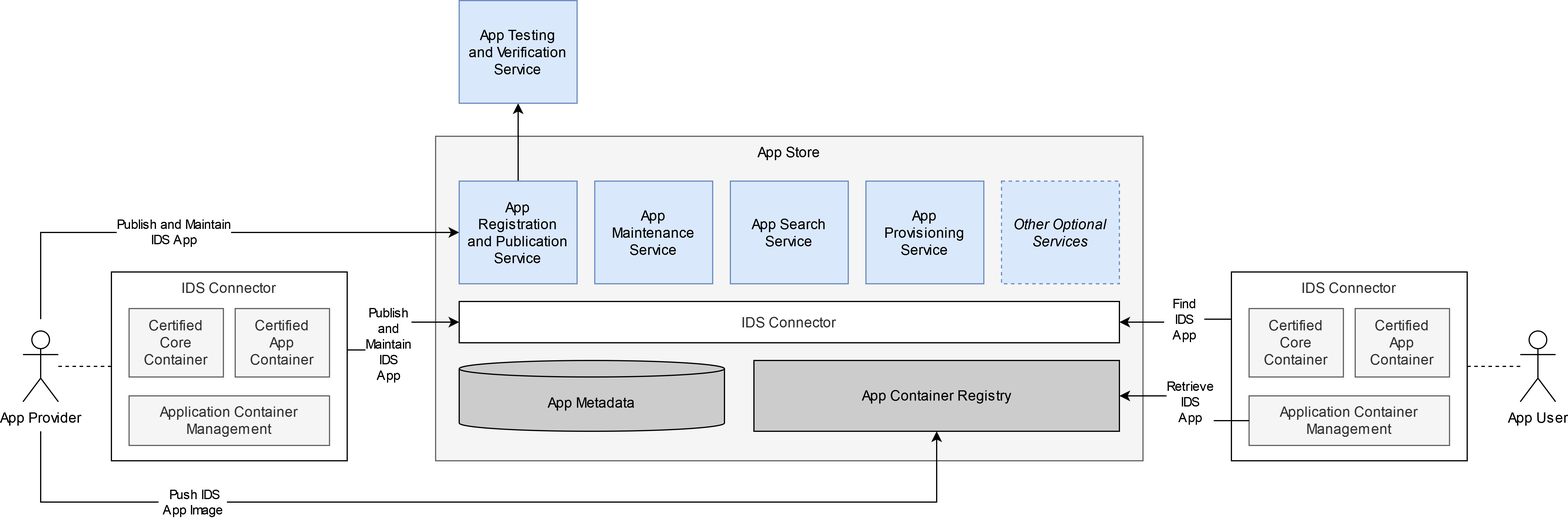
Before: documentation/3_Layers_of_the_Reference_Architecture_Model/3_5_System_Layer/media/app-store-architecture.png, a diagram exported from draw.io (International-Data-Spaces-Association/IDS-RAM_4_0). Source tidied: cells renumbered, new cells last; positions are measured from the earlier drawing's top-left corner, leaving out a move shared by most shapes.
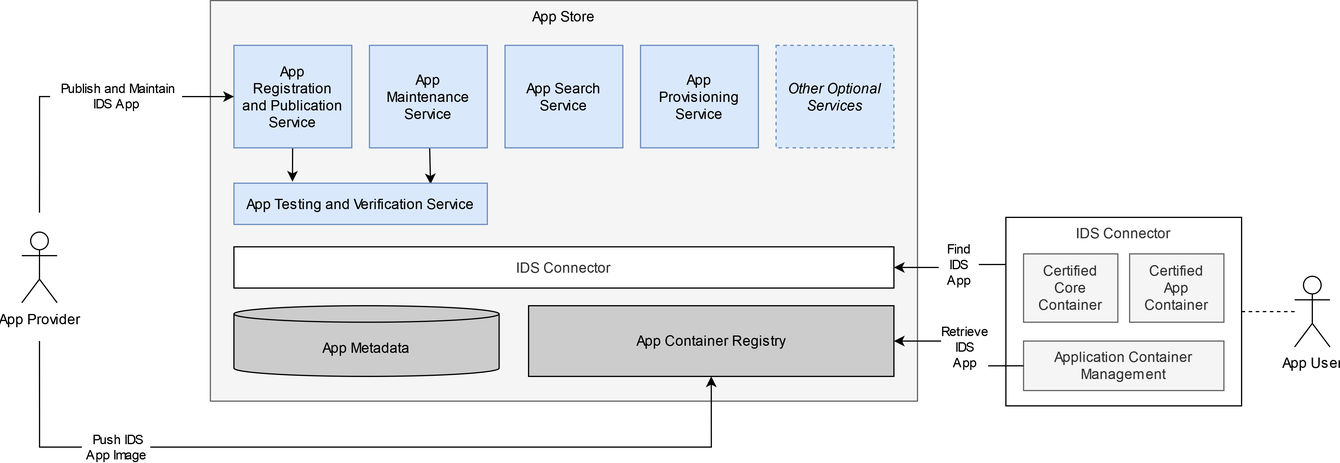
Later version of the same file.

Commit message:
removed connector from app publication process

The edit, as a diff of the source:
```diff
@@ -3,20 +3,23 @@
     <mxCell id="0" />
     <mxCell id="1" parent="0" />
     <mxCell id="2" value="App Store" style="rounded=0;whiteSpace=wrap;html=1;verticalAlign=top;fillColor=#F5F5F5;strokeColor=#666666;" parent="1" vertex="1">
-      <mxGeometry x="350" y="115" width="600" height="275" as="geometry" />
+      <mxGeometry x="350" y="115" width="600" height="340" as="geometry" />
     </mxCell>
     <mxCell id="3" value="App Container Registry" style="rounded=0;whiteSpace=wrap;html=1;fillColor=#CCCCCC;strokeColor=#000000;fontColor=#000000;" parent="1" vertex="1">
-      <mxGeometry x="620" y="305" width="310" height="60" as="geometry" />
+      <mxGeometry x="620" y="374" width="310" height="60" as="geometry" />
     </mxCell>
     <mxCell id="4" value="IDS Connector" style="rounded=0;whiteSpace=wrap;html=1;fillColor=#FFFFFF;fontColor=#333333;strokeColor=#000000;" parent="1" vertex="1">
-      <mxGeometry x="370" y="255" width="560" height="35" as="geometry" />
+      <mxGeometry x="370" y="324" width="560" height="35" as="geometry" />
     </mxCell>
-    <mxCell id="5" style="edgeStyle=orthogonalEdgeStyle;rounded=0;jettySize=auto;html=1;entryX=0.5;entryY=1;entryDx=0;entryDy=0;fontColor=#000000;" parent="1" edge="1" source="6" target="20">
+    <mxCell id="5" style="rounded=0;jettySize=auto;html=1;entryX=0.231;entryY=-0.037;entryDx=0;entryDy=0;fontColor=#000000;entryPerimeter=0;" parent="1" edge="1" source="6" target="20">
       <mxGeometry relative="1" as="geometry" />
     </mxCell>
     <mxCell id="6" value="&lt;div&gt;App&lt;/div&gt;&lt;div&gt;Registration&lt;/div&gt;&lt;div&gt;and Publication Service&lt;/div&gt;" style="rounded=0;whiteSpace=wrap;html=1;fillColor=#dae8fc;strokeColor=#6c8ebf;" parent="1" vertex="1">
       <mxGeometry x="370" y="153" width="100" height="87" as="geometry" />
     </mxCell>
+    <mxCell id="33" style="edgeStyle=none;rounded=0;jettySize=auto;html=1;entryX=0.776;entryY=0.025;entryDx=0;entryDy=0;entryPerimeter=0;" parent="1" edge="1" source="7" target="20">
+      <mxGeometry relative="1" as="geometry" />
+    </mxCell>
     <mxCell id="7" value="&lt;div&gt;App&lt;/div&gt;&lt;div&gt;Maintenance Service&lt;/div&gt;" style="rounded=0;whiteSpace=wrap;html=1;fillColor=#dae8fc;strokeColor=#6c8ebf;" parent="1" vertex="1">
       <mxGeometry x="485" y="153" width="100" height="87" as="geometry" />
     </mxCell>
@@ -30,65 +33,40 @@
       <mxGeometry x="830" y="153" width="100" height="87" as="geometry" />
     </mxCell>
     <mxCell id="11" value="App Metadata" style="shape=cylinder3;whiteSpace=wrap;html=1;boundedLbl=1;backgroundOutline=1;size=7;fillColor=#CCCCCC;" parent="1" vertex="1">
-      <mxGeometry x="370" y="305" width="225" height="60" as="geometry" />
+      <mxGeometry x="370" y="374" width="225" height="60" as="geometry" />
     </mxCell>
-    <mxCell id="12" style="rounded=0;jettySize=auto;html=1;entryX=0;entryY=0.5;entryDx=0;entryDy=0;exitX=0.998;exitY=0.413;exitDx=0;exitDy=0;exitPerimeter=0;edgeStyle=orthogonalEdgeStyle;" parent="1" edge="1" source="22" target="4">
-      <mxGeometry relative="1" as="geometry" />
-    </mxCell>
-    <mxCell id="13" value="&lt;div&gt;Publish&lt;/div&gt;&lt;div&gt;and&lt;/div&gt;&lt;div&gt;Maintain&lt;/div&gt;&lt;div&gt;IDS&lt;/div&gt;&lt;div&gt;App&lt;br&gt;&lt;/div&gt;" style="edgeLabel;html=1;align=center;verticalAlign=middle;" parent="12" vertex="1">
-      <mxGeometry x="-0.19" y="-1" relative="1" as="geometry">
-        <mxPoint x="-14" y="-6" as="offset" />
-      </mxGeometry>
-    </mxCell>
-    <mxCell id="14" value="Publish and Maintain&lt;br&gt;IDS App" style="rounded=0;jettySize=auto;html=1;entryX=0;entryY=0.5;entryDx=0;entryDy=0;fontColor=#000000;edgeStyle=orthogonalEdgeStyle;" parent="1" edge="1" target="6">
-      <mxGeometry x="-0.13" y="1" relative="1" as="geometry">
-        <mxPoint x="15" y="270" as="sourcePoint" />
+    <mxCell id="14" value="&amp;nbsp;&amp;nbsp; Publish and Maintain&amp;nbsp;&amp;nbsp; &lt;br&gt;IDS App" style="rounded=0;jettySize=auto;html=1;entryX=0;entryY=0.5;entryDx=0;entryDy=0;fontColor=#000000;edgeStyle=orthogonalEdgeStyle;" parent="1" edge="1" target="6">
+      <mxGeometry x="0.24" relative="1" as="geometry">
+        <mxPoint x="205" y="295" as="sourcePoint" />
         <Array as="points">
-          <mxPoint x="15" y="196" />
+          <mxPoint x="205" y="260" />
+          <mxPoint x="205" y="197" />
         </Array>
       </mxGeometry>
     </mxCell>
     <mxCell id="15" value="&amp;nbsp; &amp;nbsp;Push IDS &amp;nbsp; &lt;br&gt;App Image" style="edgeStyle=orthogonalEdgeStyle;rounded=0;jettySize=auto;html=1;entryX=0.5;entryY=1;entryDx=0;entryDy=0;fontColor=#000000;" parent="1" edge="1" target="3">
       <mxGeometry x="-0.57" relative="1" as="geometry">
-        <mxPoint x="15" y="365" as="sourcePoint" />
+        <mxPoint x="205" y="404" as="sourcePoint" />
         <Array as="points">
-          <mxPoint x="15" y="425" />
-          <mxPoint x="775" y="425" />
+          <mxPoint x="205" y="494" />
+          <mxPoint x="775" y="494" />
         </Array>
       </mxGeometry>
     </mxCell>
     <mxCell id="16" value="App Provider" style="shape=umlActor;verticalLabelPosition=bottom;verticalAlign=top;html=1;outlineConnect=0;fontColor=#000000;strokeColor=#000000;" parent="1" vertex="1">
-      <mxGeometry y="280" width="30" height="60" as="geometry" />
+      <mxGeometry x="190" y="311.5" width="30" height="60" as="geometry" />
     </mxCell>
-    <mxCell id="17" style="endArrow=none;dashed=1;html=1;rounded=0;fontColor=#000000;exitX=0;exitY=0.5;exitDx=0;exitDy=0;" parent="1" edge="1" source="22" target="16">
-      <mxGeometry relative="1" as="geometry" />
-    </mxCell>
     <mxCell id="18" value="App User" style="shape=umlActor;verticalLabelPosition=bottom;verticalAlign=top;html=1;outlineConnect=0;fontColor=#000000;strokeColor=#000000;" parent="1" vertex="1">
-      <mxGeometry x="1270" y="280" width="30" height="60" as="geometry" />
+      <mxGeometry x="1270" y="349" width="30" height="60" as="geometry" />
     </mxCell>
     <mxCell id="19" style="endArrow=none;dashed=1;html=1;rounded=0;fontColor=#000000;exitX=1;exitY=0.5;exitDx=0;exitDy=0;" parent="1" edge="1" source="27" target="18">
       <mxGeometry relative="1" as="geometry" />
     </mxCell>
-    <mxCell id="20" value="&lt;div&gt;App Testing&lt;/div&gt;&lt;div&gt;and Verification Service&lt;/div&gt;" style="rounded=0;whiteSpace=wrap;html=1;fillColor=#dae8fc;strokeColor=#6c8ebf;" parent="1" vertex="1">
-      <mxGeometry x="370" width="100" height="87" as="geometry" />
+    <mxCell id="20" value="&lt;div&gt;App Testing and Verification Service&lt;/div&gt;" style="rounded=0;whiteSpace=wrap;html=1;fillColor=#dae8fc;strokeColor=#6c8ebf;" parent="1" vertex="1">
+      <mxGeometry x="370" y="270" width="215" height="35" as="geometry" />
     </mxCell>
-    <mxCell id="21" style="group;" parent="1" vertex="1">
-      <mxGeometry x="75" y="230" width="200" height="160" as="geometry" />
-    </mxCell>
-    <mxCell id="22" value="IDS Connector" style="rounded=0;whiteSpace=wrap;html=1;fillColor=#FFFFFF;fontColor=#333333;strokeColor=#000000;horizontal=1;verticalAlign=top;" parent="21" vertex="1">
-      <mxGeometry width="200" height="160" as="geometry" />
-    </mxCell>
-    <mxCell id="23" value="Application Container Management" style="rounded=0;whiteSpace=wrap;html=1;fillColor=#f5f5f5;fontColor=#333333;strokeColor=#666666;" parent="21" vertex="1">
-      <mxGeometry x="15" y="105" width="170" height="42" as="geometry" />
-    </mxCell>
-    <mxCell id="24" value="&lt;div&gt;Certified&lt;/div&gt;&lt;div&gt;App&lt;/div&gt;&lt;div&gt;Container&lt;/div&gt;" style="rounded=0;whiteSpace=wrap;html=1;verticalAlign=middle;fillColor=#f5f5f5;fontColor=#333333;strokeColor=#666666;" parent="21" vertex="1">
-      <mxGeometry x="105" y="31" width="80" height="58" as="geometry" />
-    </mxCell>
-    <mxCell id="25" value="&lt;div&gt;Certified&lt;/div&gt;&lt;div&gt;Core Container&lt;/div&gt;" style="rounded=0;whiteSpace=wrap;html=1;verticalAlign=middle;fillColor=#f5f5f5;fontColor=#333333;strokeColor=#666666;" parent="21" vertex="1">
-      <mxGeometry x="15" y="31" width="80" height="58" as="geometry" />
-    </mxCell>
     <mxCell id="26" style="group;" parent="1" vertex="1">
-      <mxGeometry x="1025" y="230" width="200" height="160" as="geometry" />
+      <mxGeometry x="1025" y="299" width="200" height="160" as="geometry" />
     </mxCell>
     <mxCell id="27" value="IDS Connector" style="rounded=0;whiteSpace=wrap;html=1;fillColor=#FFFFFF;fontColor=#333333;strokeColor=#000000;horizontal=1;verticalAlign=top;" parent="26" vertex="1">
       <mxGeometry width="200" height="160" as="geometry" />
```
